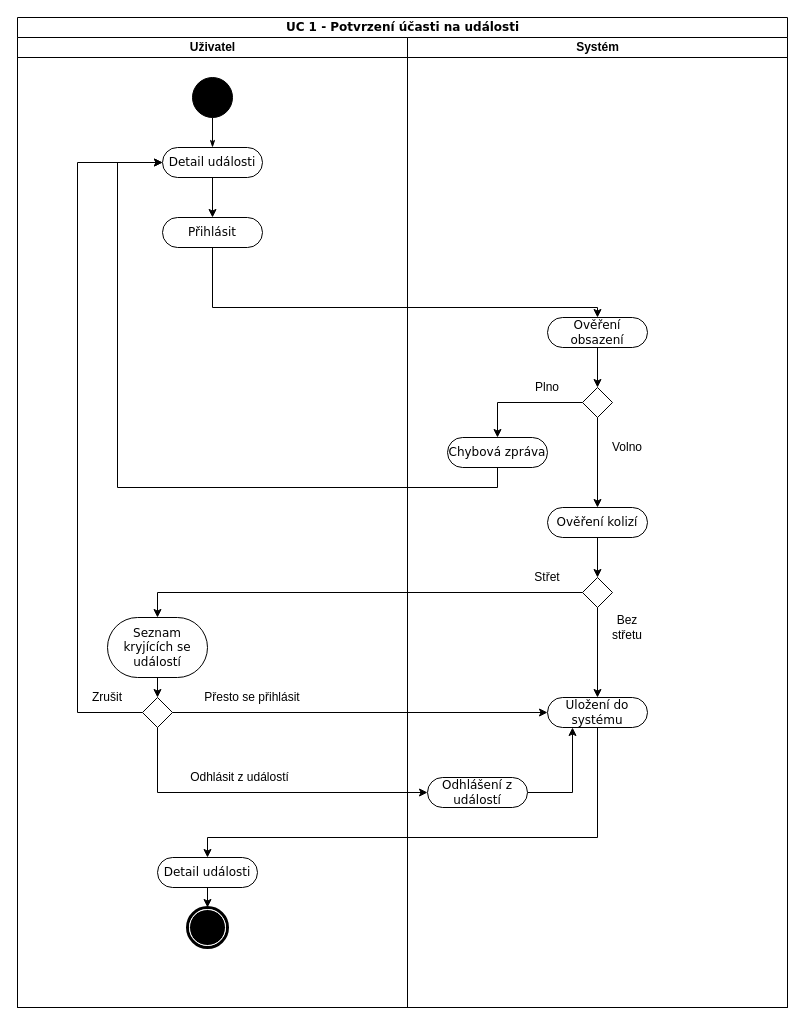
Before: UC1ActivityDiagram.drawio in dminikm/EsportsIS, a draw.io diagram. Source tidied: cells renumbered, new cells numbered last; positions are measured from the earlier drawing's top-left corner, leaving out a move shared by most shapes. Both pictures are drawn from the tidied source at 100%, with x=0, y=0 at pixel (17, 17).
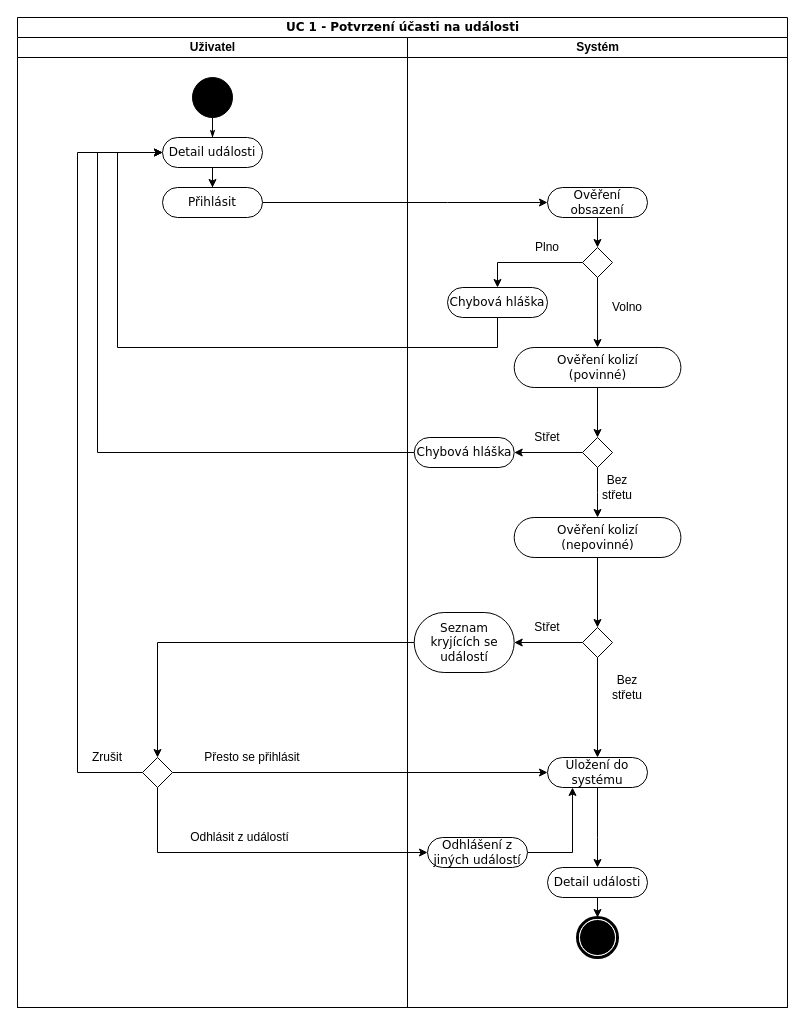
Above is the later version.

Unchanged cells that the change refers to:
```xml
<mxCell id="2" value="UC 1 - Potvrzení účasti na události" style="swimlane;html=1;startSize=20;rounded=0;shadow=0;comic=0;labelBackgroundColor=none;strokeWidth=1;fontFamily=Verdana;fontSize=12;align=center;" parent="1" vertex="1">
  <mxGeometry width="770" height="990" as="geometry" />
</mxCell>
<mxCell id="3" value="Uživatel" style="swimlane;html=1;startSize=20;" parent="2" vertex="1">
  <mxGeometry y="20" width="390" height="970" as="geometry" />
</mxCell>
<mxCell id="20" value="Systém" style="swimlane;html=1;startSize=20;" parent="2" vertex="1">
  <mxGeometry x="390" y="20" width="380" height="970" as="geometry" />
</mxCell>
```

Diff of the diagram source:
```diff
@@
+    <mxCell id="19" style="edgeStyle=orthogonalEdgeStyle;rounded=0;jettySize=auto;html=1;entryX=0;entryY=0.5;entryDx=0;entryDy=0;" parent="2" edge="1" source="8" target="21">
+      <mxGeometry relative="1" as="geometry">
+        <Array as="points">
+          <mxPoint x="430" y="185" />
+          <mxPoint x="430" y="185" />
+        </Array>
+      </mxGeometry>
+    </mxCell>
+    <mxCell id="38" style="edgeStyle=orthogonalEdgeStyle;rounded=0;jettySize=auto;html=1;exitX=0.5;exitY=1;exitDx=0;exitDy=0;entryX=0;entryY=0.5;entryDx=0;entryDy=0;" parent="2" edge="1" source="25" target="5">
+      <mxGeometry relative="1" as="geometry">
+        <Array as="points">
+          <mxPoint x="480" y="330" />
+          <mxPoint x="100" y="330" />
+          <mxPoint x="100" y="135" />
+        </Array>
+      </mxGeometry>
+    </mxCell>
+    <mxCell id="41" style="edgeStyle=orthogonalEdgeStyle;rounded=0;jettySize=auto;html=1;exitX=1;exitY=0.5;exitDx=0;exitDy=0;entryX=0;entryY=0.5;entryDx=0;entryDy=0;" parent="2" edge="1" source="13" target="35">
+      <mxGeometry relative="1" as="geometry" />
+    </mxCell>
+    <mxCell id="42" style="edgeStyle=orthogonalEdgeStyle;rounded=0;jettySize=auto;html=1;exitX=0.5;exitY=1;exitDx=0;exitDy=0;entryX=0;entryY=0.5;entryDx=0;entryDy=0;" parent="2" edge="1" source="13" target="37">
+      <mxGeometry relative="1" as="geometry" />
+    </mxCell>
@@
     <mxCell id="5" value="Detail události" style="rounded=1;whiteSpace=wrap;html=1;shadow=0;comic=0;labelBackgroundColor=none;strokeWidth=1;fontFamily=Verdana;fontSize=12;align=center;arcSize=50;" parent="3" vertex="1">
-      <mxGeometry x="145" y="110" width="100" height="30" as="geometry" />
+      <mxGeometry x="145" y="100" width="100" height="30" as="geometry" />
     </mxCell>
@@
-    <mxCell id="7" style="shape=mxgraph.bpmn.shape;html=1;verticalLabelPosition=bottom;labelBackgroundColor=#ffffff;verticalAlign=top;perimeter=ellipsePerimeter;outline=end;symbol=terminate;rounded=0;shadow=0;comic=0;strokeWidth=1;fontFamily=Verdana;fontSize=12;align=center;" parent="3" vertex="1">
-      <mxGeometry x="170" y="870" width="40" height="40" as="geometry" />
-    </mxCell>
     <mxCell id="8" value="Přihlásit" style="rounded=1;whiteSpace=wrap;html=1;shadow=0;comic=0;labelBackgroundColor=none;strokeWidth=1;fontFamily=Verdana;fontSize=12;align=center;arcSize=50;" parent="3" vertex="1">
-      <mxGeometry x="145" y="180" width="100" height="30" as="geometry" />
+      <mxGeometry x="145" y="150" width="100" height="30" as="geometry" />
     </mxCell>
@@
-    <mxCell id="10" value="Seznam kryjících se událostí" style="rounded=1;whiteSpace=wrap;html=1;shadow=0;comic=0;labelBackgroundColor=none;strokeWidth=1;fontFamily=Verdana;fontSize=12;align=center;arcSize=50;" parent="3" vertex="1">
-      <mxGeometry x="90" y="580" width="100" height="60" as="geometry" />
-    </mxCell>
-    <mxCell id="11" value="Detail události" style="rounded=1;whiteSpace=wrap;html=1;shadow=0;comic=0;labelBackgroundColor=none;strokeWidth=1;fontFamily=Verdana;fontSize=12;align=center;arcSize=50;" parent="3" vertex="1">
-      <mxGeometry x="140" y="820" width="100" height="30" as="geometry" />
-    </mxCell>
-    <mxCell id="12" style="endArrow=classic;html=1;exitX=0.5;exitY=1;exitDx=0;exitDy=0;entryX=0.5;entryY=0;entryDx=0;entryDy=0;" parent="3" edge="1" source="11" target="7">
-      <mxGeometry relative="1" as="geometry" />
-    </mxCell>
     <mxCell id="13" style="rhombus;" parent="3" vertex="1">
-      <mxGeometry x="125" y="660" width="30" height="30" as="geometry" />
+      <mxGeometry x="125" y="720" width="30" height="30" as="geometry" />
     </mxCell>
-    <mxCell id="14" style="endArrow=classic;html=1;exitX=0.5;exitY=1;exitDx=0;exitDy=0;entryX=0.5;entryY=0;entryDx=0;entryDy=0;" parent="3" edge="1" source="10" target="13">
-      <mxGeometry relative="1" as="geometry" />
-    </mxCell>
     <mxCell id="15" value="Přesto se přihlásit" style="text;html=1;strokeColor=none;fillColor=none;align=center;verticalAlign=middle;whiteSpace=wrap;rounded=0;" parent="3" vertex="1">
-      <mxGeometry x="180" y="650" width="110" height="20" as="geometry" />
+      <mxGeometry x="180" y="710" width="110" height="20" as="geometry" />
     </mxCell>
     <mxCell id="16" value="Odhlásit z událostí" style="text;html=1;strokeColor=none;fillColor=none;align=center;verticalAlign=middle;whiteSpace=wrap;rounded=0;" parent="3" vertex="1">
-      <mxGeometry x="155" y="730" width="135" height="20" as="geometry" />
+      <mxGeometry x="155" y="790" width="135" height="20" as="geometry" />
     </mxCell>
     <mxCell id="17" style="edgeStyle=orthogonalEdgeStyle;rounded=0;jettySize=auto;html=1;exitX=0;exitY=0.5;exitDx=0;exitDy=0;entryX=0;entryY=0.5;entryDx=0;entryDy=0;" parent="3" edge="1" source="13" target="5">
       <mxGeometry relative="1" as="geometry">
         <Array as="points">
-          <mxPoint x="60" y="675" />
-          <mxPoint x="60" y="125" />
+          <mxPoint x="60" y="735" />
+          <mxPoint x="60" y="115" />
         </Array>
       </mxGeometry>
     </mxCell>
     <mxCell id="18" value="Zrušit" style="text;html=1;strokeColor=none;fillColor=none;align=center;verticalAlign=middle;whiteSpace=wrap;rounded=0;" parent="3" vertex="1">
-      <mxGeometry x="70" y="650" width="40" height="20" as="geometry" />
+      <mxGeometry x="70" y="710" width="40" height="20" as="geometry" />
     </mxCell>
-    <mxCell id="19" style="edgeStyle=orthogonalEdgeStyle;rounded=0;jettySize=auto;html=1;" parent="2" edge="1" source="8" target="21">
-      <mxGeometry relative="1" as="geometry">
-        <Array as="points">
-          <mxPoint x="195" y="290" />
-          <mxPoint x="580" y="290" />
-        </Array>
-      </mxGeometry>
-    </mxCell>
@@
     <mxCell id="21" value="Ověření obsazení" style="rounded=1;whiteSpace=wrap;html=1;shadow=0;comic=0;labelBackgroundColor=none;strokeWidth=1;fontFamily=Verdana;fontSize=12;align=center;arcSize=50;" parent="20" vertex="1">
-      <mxGeometry x="140" y="280" width="100" height="30" as="geometry" />
+      <mxGeometry x="140" y="150" width="100" height="30" as="geometry" />
     </mxCell>
     <mxCell id="22" style="rhombus;" parent="20" vertex="1">
-      <mxGeometry x="175" y="350" width="30" height="30" as="geometry" />
+      <mxGeometry x="175" y="210" width="30" height="30" as="geometry" />
     </mxCell>
@@
     <mxCell id="24" style="endArrow=classic;html=1;exitX=0;exitY=0.5;exitDx=0;exitDy=0;entryX=0.5;entryY=0;entryDx=0;entryDy=0;rounded=0;" parent="20" edge="1" source="22" target="25">
       <mxGeometry relative="1" as="geometry">
         <Array as="points">
-          <mxPoint x="90" y="365" />
+          <mxPoint x="90" y="225" />
         </Array>
       </mxGeometry>
     </mxCell>
-    <mxCell id="25" value="Chybová zpráva" style="rounded=1;whiteSpace=wrap;html=1;shadow=0;comic=0;labelBackgroundColor=none;strokeWidth=1;fontFamily=Verdana;fontSize=12;align=center;arcSize=50;" parent="20" vertex="1">
-      <mxGeometry x="40" y="400" width="100" height="30" as="geometry" />
+    <mxCell id="25" value="Chybová hláška" style="rounded=1;whiteSpace=wrap;html=1;shadow=0;comic=0;labelBackgroundColor=none;strokeWidth=1;fontFamily=Verdana;fontSize=12;align=center;arcSize=50;" parent="20" vertex="1">
+      <mxGeometry x="40" y="250" width="100" height="30" as="geometry" />
     </mxCell>
     <mxCell id="26" value="Plno" style="text;html=1;strokeColor=none;fillColor=none;align=center;verticalAlign=middle;whiteSpace=wrap;rounded=0;" parent="20" vertex="1">
-      <mxGeometry x="120" y="340" width="40" height="20" as="geometry" />
+      <mxGeometry x="120" y="200" width="40" height="20" as="geometry" />
     </mxCell>
-    <mxCell id="27" style="endArrow=classic;html=1;exitX=0.5;exitY=1;exitDx=0;exitDy=0;" parent="20" edge="1" source="22">
-      <mxGeometry relative="1" as="geometry">
-        <mxPoint x="190" y="470" as="targetPoint" />
-      </mxGeometry>
+    <mxCell id="27" style="endArrow=classic;html=1;exitX=0.5;exitY=1;exitDx=0;exitDy=0;entryX=0.5;entryY=0;entryDx=0;entryDy=0;" parent="20" edge="1" source="22" target="43">
+      <mxGeometry relative="1" as="geometry" />
     </mxCell>
-    <mxCell id="28" value="Ověření kolizí" style="rounded=1;whiteSpace=wrap;html=1;shadow=0;comic=0;labelBackgroundColor=none;strokeWidth=1;fontFamily=Verdana;fontSize=12;align=center;arcSize=50;" parent="20" vertex="1">
-      <mxGeometry x="140" y="470" width="100" height="30" as="geometry" />
+    <mxCell id="28" value="Ověření kolizí&lt;br&gt;(nepovinné)" style="rounded=1;whiteSpace=wrap;html=1;shadow=0;comic=0;labelBackgroundColor=none;strokeWidth=1;fontFamily=Verdana;fontSize=12;align=center;arcSize=50;" parent="20" vertex="1">
+      <mxGeometry x="106.7" y="480" width="166.7" height="40" as="geometry" />
     </mxCell>
     <mxCell id="29" style="rhombus;" parent="20" vertex="1">
-      <mxGeometry x="175" y="540" width="30" height="30" as="geometry" />
+      <mxGeometry x="175" y="590" width="30" height="30" as="geometry" />
     </mxCell>
-    <mxCell id="30" style="endArrow=classic;html=1;entryX=0.5;entryY=0;entryDx=0;entryDy=0;exitX=0.5;exitY=1;exitDx=0;exitDy=0;" parent="20" edge="1" target="29">
+    <mxCell id="30" style="endArrow=classic;html=1;entryX=0.5;entryY=0;entryDx=0;entryDy=0;" parent="20" edge="1" target="29">
       <mxGeometry relative="1" as="geometry">
-        <mxPoint x="190" y="500" as="sourcePoint" />
+        <mxPoint x="190" y="520" as="sourcePoint" />
       </mxGeometry>
     </mxCell>
     <mxCell id="31" value="Střet" style="text;html=1;strokeColor=none;fillColor=none;align=center;verticalAlign=middle;whiteSpace=wrap;rounded=0;" parent="20" vertex="1">
-      <mxGeometry x="120" y="530" width="40" height="20" as="geometry" />
+      <mxGeometry x="120" y="580" width="40" height="20" as="geometry" />
     </mxCell>
@@
     <mxCell id="33" value="Volno" style="text;html=1;strokeColor=none;fillColor=none;align=center;verticalAlign=middle;whiteSpace=wrap;rounded=0;" parent="20" vertex="1">
-      <mxGeometry x="200" y="400" width="40" height="20" as="geometry" />
+      <mxGeometry x="200" y="260" width="40" height="20" as="geometry" />
     </mxCell>
     <mxCell id="34" value="Bez střetu" style="text;html=1;strokeColor=none;fillColor=none;align=center;verticalAlign=middle;whiteSpace=wrap;rounded=0;" parent="20" vertex="1">
-      <mxGeometry x="200" y="580" width="40" height="20" as="geometry" />
+      <mxGeometry x="200" y="640" width="40" height="20" as="geometry" />
     </mxCell>
     <mxCell id="35" value="Uložení do systému" style="rounded=1;whiteSpace=wrap;html=1;shadow=0;comic=0;labelBackgroundColor=none;strokeWidth=1;fontFamily=Verdana;fontSize=12;align=center;arcSize=50;" parent="20" vertex="1">
-      <mxGeometry x="140" y="660" width="100" height="30" as="geometry" />
+      <mxGeometry x="140" y="720" width="100" height="30" as="geometry" />
     </mxCell>
@@
-    <mxCell id="37" value="Odhlášení z událostí" style="rounded=1;whiteSpace=wrap;html=1;shadow=0;comic=0;labelBackgroundColor=none;strokeWidth=1;fontFamily=Verdana;fontSize=12;align=center;arcSize=50;" parent="20" vertex="1">
-      <mxGeometry x="20" y="740" width="100" height="30" as="geometry" />
+    <mxCell id="37" value="Odhlášení z jiných událostí" style="rounded=1;whiteSpace=wrap;html=1;shadow=0;comic=0;labelBackgroundColor=none;strokeWidth=1;fontFamily=Verdana;fontSize=12;align=center;arcSize=50;" parent="20" vertex="1">
+      <mxGeometry x="20" y="800" width="100" height="30" as="geometry" />
     </mxCell>
-    <mxCell id="38" style="edgeStyle=orthogonalEdgeStyle;rounded=0;jettySize=auto;html=1;exitX=0.5;exitY=1;exitDx=0;exitDy=0;entryX=0;entryY=0.5;entryDx=0;entryDy=0;" parent="2" edge="1" source="25" target="5">
-      <mxGeometry relative="1" as="geometry">
-        <Array as="points">
-          <mxPoint x="480" y="470" />
-          <mxPoint x="100" y="470" />
-          <mxPoint x="100" y="145" />
-        </Array>
-      </mxGeometry>
-    </mxCell>
+    <mxCell id="7" style="shape=mxgraph.bpmn.shape;html=1;verticalLabelPosition=bottom;labelBackgroundColor=#ffffff;verticalAlign=top;perimeter=ellipsePerimeter;outline=end;symbol=terminate;rounded=0;shadow=0;comic=0;strokeWidth=1;fontFamily=Verdana;fontSize=12;align=center;" parent="20" vertex="1">
+      <mxGeometry x="170" y="880" width="40" height="40" as="geometry" />
+    </mxCell>
+    <mxCell id="11" value="Detail události" style="rounded=1;whiteSpace=wrap;html=1;shadow=0;comic=0;labelBackgroundColor=none;strokeWidth=1;fontFamily=Verdana;fontSize=12;align=center;arcSize=50;" parent="20" vertex="1">
+      <mxGeometry x="140" y="830" width="100" height="30" as="geometry" />
+    </mxCell>
+    <mxCell id="12" style="endArrow=classic;html=1;exitX=0.5;exitY=1;exitDx=0;exitDy=0;entryX=0.5;entryY=0;entryDx=0;entryDy=0;" parent="20" edge="1" target="7">
+      <mxGeometry relative="1" as="geometry">
+        <mxPoint x="190" y="860" as="sourcePoint" />
+      </mxGeometry>
+    </mxCell>
+    <mxCell id="40" style="endArrow=classic;html=1;exitX=0.5;exitY=1;exitDx=0;exitDy=0;rounded=0;entryX=0.5;entryY=0;entryDx=0;entryDy=0;" parent="20" edge="1" source="35">
+      <mxGeometry relative="1" as="geometry">
+        <mxPoint x="190" y="830" as="targetPoint" />
+        <Array as="points">
+          <mxPoint x="190" y="800" />
+        </Array>
+      </mxGeometry>
+    </mxCell>
+    <mxCell id="10" value="Seznam kryjících se událostí" style="rounded=1;whiteSpace=wrap;html=1;shadow=0;comic=0;labelBackgroundColor=none;strokeWidth=1;fontFamily=Verdana;fontSize=12;align=center;arcSize=50;" parent="20" vertex="1">
+      <mxGeometry x="6.7" y="575" width="100" height="60" as="geometry" />
+    </mxCell>
-    <mxCell id="39" style="endArrow=classic;html=1;exitX=0;exitY=0.5;exitDx=0;exitDy=0;entryX=0.5;entryY=0;entryDx=0;entryDy=0;rounded=0;" parent="2" edge="1" source="29" target="10">
-      <mxGeometry relative="1" as="geometry">
-        <Array as="points">
-          <mxPoint x="140" y="575" />
-        </Array>
-      </mxGeometry>
+    <mxCell id="39" style="endArrow=classic;html=1;exitX=0;exitY=0.5;exitDx=0;exitDy=0;entryX=1;entryY=0.5;entryDx=0;entryDy=0;rounded=0;" parent="20" edge="1" source="29" target="10">
+      <mxGeometry relative="1" as="geometry" />
     </mxCell>
-    <mxCell id="40" style="endArrow=classic;html=1;exitX=0.5;exitY=1;exitDx=0;exitDy=0;rounded=0;entryX=0.5;entryY=0;entryDx=0;entryDy=0;" parent="2" edge="1" source="35" target="11">
-      <mxGeometry relative="1" as="geometry">
-        <Array as="points">
-          <mxPoint x="580" y="820" />
-          <mxPoint x="190" y="820" />
-        </Array>
-      </mxGeometry>
-    </mxCell>
-    <mxCell id="41" style="edgeStyle=orthogonalEdgeStyle;rounded=0;jettySize=auto;html=1;exitX=1;exitY=0.5;exitDx=0;exitDy=0;entryX=0;entryY=0.5;entryDx=0;entryDy=0;" parent="2" edge="1" source="13" target="35">
-      <mxGeometry relative="1" as="geometry" />
-    </mxCell>
-    <mxCell id="42" style="edgeStyle=orthogonalEdgeStyle;rounded=0;jettySize=auto;html=1;exitX=0.5;exitY=1;exitDx=0;exitDy=0;entryX=0;entryY=0.5;entryDx=0;entryDy=0;" parent="2" edge="1" source="13" target="37">
-      <mxGeometry relative="1" as="geometry" />
-    </mxCell>
+    <mxCell id="43" value="Ověření kolizí&lt;br&gt;(povinné)" style="rounded=1;whiteSpace=wrap;html=1;shadow=0;comic=0;labelBackgroundColor=none;strokeWidth=1;fontFamily=Verdana;fontSize=12;align=center;arcSize=50;" parent="20" vertex="1">
+      <mxGeometry x="106.7" y="310" width="166.7" height="40" as="geometry" />
+    </mxCell>
+    <mxCell id="44" style="edgeStyle=orthogonalEdgeStyle;rounded=0;jettySize=auto;html=1;exitX=0.5;exitY=1;exitDx=0;exitDy=0;entryX=0.5;entryY=0;entryDx=0;entryDy=0;" parent="20" edge="1" source="46" target="28">
+      <mxGeometry relative="1" as="geometry" />
+    </mxCell>
+    <mxCell id="45" style="edgeStyle=orthogonalEdgeStyle;rounded=0;jettySize=auto;html=1;exitX=0;exitY=0.5;exitDx=0;exitDy=0;entryX=1;entryY=0.5;entryDx=0;entryDy=0;" parent="20" edge="1" source="46" target="50">
+      <mxGeometry relative="1" as="geometry" />
+    </mxCell>
+    <mxCell id="46" style="rhombus;" parent="20" vertex="1">
+      <mxGeometry x="175" y="400" width="30" height="30" as="geometry" />
+    </mxCell>
+    <mxCell id="47" style="endArrow=classic;html=1;entryX=0.5;entryY=0;entryDx=0;entryDy=0;exitX=0.5;exitY=1;exitDx=0;exitDy=0;" parent="20" edge="1" target="46">
+      <mxGeometry relative="1" as="geometry">
+        <mxPoint x="190" y="350" as="sourcePoint" />
+      </mxGeometry>
+    </mxCell>
+    <mxCell id="48" value="Bez střetu" style="text;html=1;strokeColor=none;fillColor=none;align=center;verticalAlign=middle;whiteSpace=wrap;rounded=0;" parent="20" vertex="1">
+      <mxGeometry x="190" y="440" width="40" height="20" as="geometry" />
+    </mxCell>
+    <mxCell id="49" value="Střet" style="text;html=1;strokeColor=none;fillColor=none;align=center;verticalAlign=middle;whiteSpace=wrap;rounded=0;" parent="20" vertex="1">
+      <mxGeometry x="120" y="390" width="40" height="20" as="geometry" />
+    </mxCell>
+    <mxCell id="50" value="Chybová hláška" style="rounded=1;whiteSpace=wrap;html=1;shadow=0;comic=0;labelBackgroundColor=none;strokeWidth=1;fontFamily=Verdana;fontSize=12;align=center;arcSize=50;" parent="20" vertex="1">
+      <mxGeometry x="6.7" y="400" width="100" height="30" as="geometry" />
+    </mxCell>
+    <mxCell id="14" style="endArrow=classic;html=1;exitX=0;exitY=0.5;exitDx=0;exitDy=0;entryX=0.5;entryY=0;entryDx=0;entryDy=0;rounded=0;" parent="2" edge="1" source="10" target="13">
+      <mxGeometry relative="1" as="geometry">
+        <Array as="points">
+          <mxPoint x="140" y="625" />
+        </Array>
+      </mxGeometry>
+    </mxCell>
+    <mxCell id="51" style="edgeStyle=orthogonalEdgeStyle;rounded=0;jettySize=auto;html=1;exitX=0;exitY=0.5;exitDx=0;exitDy=0;entryX=0;entryY=0.5;entryDx=0;entryDy=0;" parent="2" edge="1" source="50" target="5">
+      <mxGeometry relative="1" as="geometry">
+        <Array as="points">
+          <mxPoint x="80" y="435" />
+          <mxPoint x="80" y="135" />
+        </Array>
+      </mxGeometry>
+    </mxCell>
```
